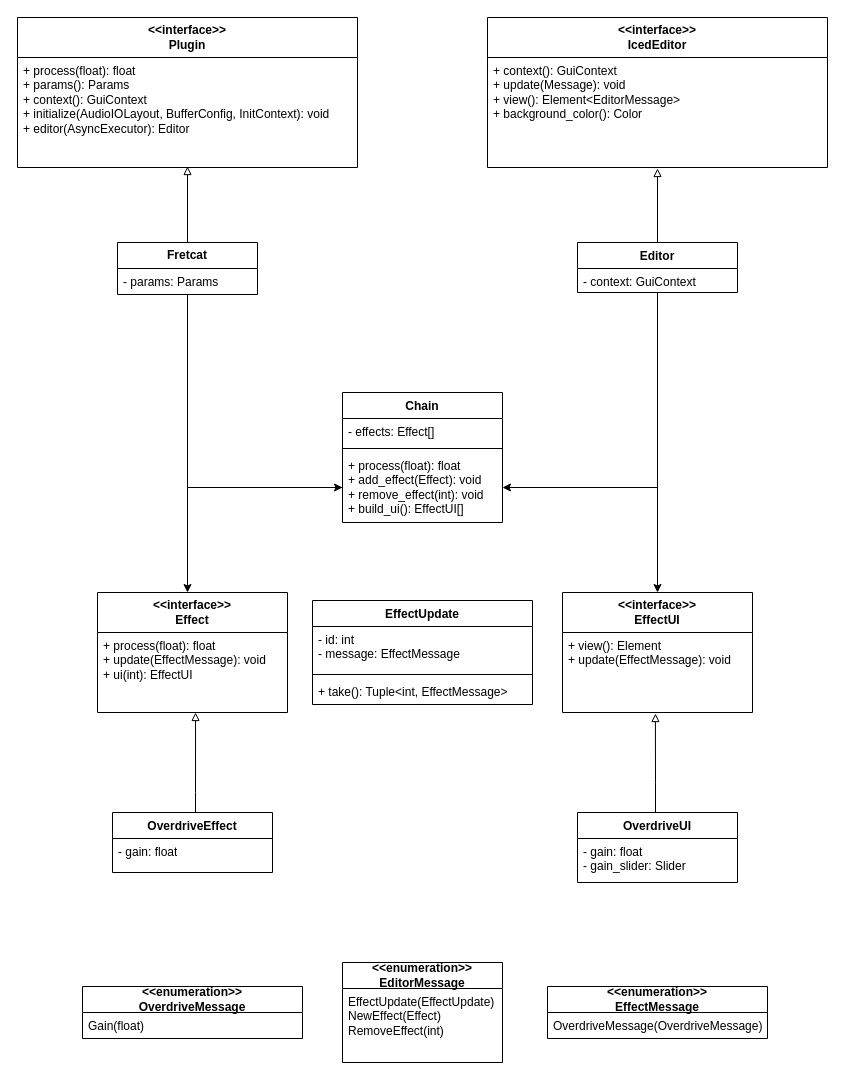
Above: Diagrama de classe.drawio in GatoImorrivel/fretcat (draw.io), before the change. Source tidied: cells renumbered, new cells numbered last; positions are measured from the earlier drawing's top-left corner, leaving out a move shared by most shapes. Both pictures are drawn from the tidied source at 100%, with x=0, y=0 at pixel (17, 17).
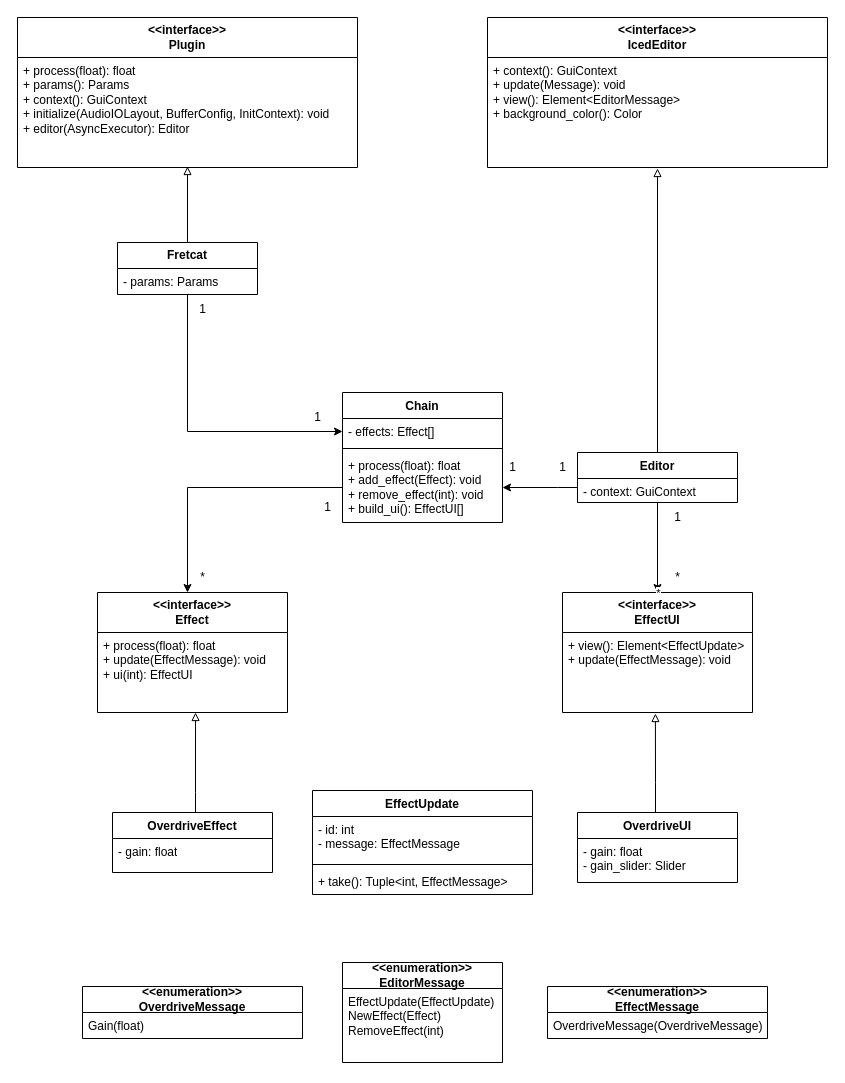
The same page after the edit.

Unchanged cells that the change refers to:
```xml
<mxCell id="8" value="&lt;b&gt;Fretcat&lt;/b&gt;" style="swimlane;fontStyle=0;horizontal=1;startSize=26;fillColor=none;whiteSpace=wrap;html=1;swimlaneLine=1;rounded=0;" parent="1" vertex="1">
  <mxGeometry x="100" y="225" width="140" height="52" as="geometry" />
</mxCell>
<mxCell id="10" value="&lt;div&gt;&lt;b&gt;&amp;lt;&amp;lt;interface&amp;gt;&amp;gt;&lt;/b&gt;&lt;/div&gt;&lt;div&gt;&lt;b&gt;EffectUI&lt;br&gt;&lt;/b&gt;&lt;/div&gt;" style="swimlane;fontStyle=0;horizontal=1;startSize=40;fillColor=none;whiteSpace=wrap;html=1;" parent="1" vertex="1">
  <mxGeometry x="545" y="575" width="190" height="120" as="geometry" />
</mxCell>
<mxCell id="12" style="edgeStyle=orthogonalEdgeStyle;rounded=0;jettySize=auto;html=1;entryX=0.5;entryY=0;entryDx=0;entryDy=0;" parent="1" edge="1" source="15" target="10">
  <mxGeometry relative="1" as="geometry" />
</mxCell>
<mxCell id="16" value="&lt;div&gt;- context: GuiContext&lt;/div&gt;" style="text;strokeColor=none;fillColor=none;align=left;verticalAlign=top;spacingLeft=4;spacingRight=4;overflow=hidden;points=[[0,0.5],[1,0.5]];portConstraint=eastwest;whiteSpace=wrap;html=1;" parent="15" vertex="1">
  <mxGeometry y="26" width="160" height="24" as="geometry" />
</mxCell>
<mxCell id="29" value="- effects: Effect[]" style="text;strokeColor=none;fillColor=none;align=left;verticalAlign=top;spacingLeft=4;spacingRight=4;overflow=hidden;points=[[0,0.5],[1,0.5]];portConstraint=eastwest;whiteSpace=wrap;html=1;" parent="28" vertex="1">
  <mxGeometry y="26" width="160" height="26" as="geometry" />
</mxCell>
<mxCell id="31" value="&lt;div&gt;+ process(float): float&lt;/div&gt;&lt;div&gt;+ add_effect(Effect): void&lt;/div&gt;&lt;div&gt;+ remove_effect(int): void&lt;br&gt;&lt;/div&gt;&lt;div&gt;+ build_ui(): EffectUI[]&lt;br&gt;&lt;/div&gt;" style="text;strokeColor=none;fillColor=none;align=left;verticalAlign=top;spacingLeft=4;spacingRight=4;overflow=hidden;points=[[0,0.5],[1,0.5]];portConstraint=eastwest;whiteSpace=wrap;html=1;" parent="28" vertex="1">
  <mxGeometry y="60" width="160" height="70" as="geometry" />
</mxCell>
```

The edit, as a diff of the source:
```diff
@@
-    <mxCell id="6" style="edgeStyle=orthogonalEdgeStyle;rounded=0;jettySize=auto;html=1;entryX=0;entryY=0.5;entryDx=0;entryDy=0;" parent="1" edge="1" source="8" target="31">
-      <mxGeometry relative="1" as="geometry" />
-    </mxCell>
@@
+    <mxCell id="42" style="edgeStyle=orthogonalEdgeStyle;rounded=0;jettySize=auto;html=1;entryX=0;entryY=0.5;entryDx=0;entryDy=0;" parent="1" edge="1" source="8" target="29">
+      <mxGeometry relative="1" as="geometry" />
+    </mxCell>
@@
-    <mxCell id="11" value="&lt;div&gt;+ view(): Element&lt;/div&gt;&lt;div&gt;+ update(EffectMessage): void&lt;br&gt;&lt;/div&gt;" style="text;strokeColor=none;fillColor=none;align=left;verticalAlign=top;spacingLeft=4;spacingRight=4;overflow=hidden;points=[[0,0.5],[1,0.5]];portConstraint=eastwest;whiteSpace=wrap;html=1;" parent="10" vertex="1">
+    <mxCell id="11" value="&lt;div&gt;+ view(): Element&amp;lt;EffectUpdate&amp;gt;&lt;/div&gt;&lt;div&gt;+ update(EffectMessage): void&lt;br&gt;&lt;/div&gt;" style="text;strokeColor=none;fillColor=none;align=left;verticalAlign=top;spacingLeft=4;spacingRight=4;overflow=hidden;points=[[0,0.5],[1,0.5]];portConstraint=eastwest;whiteSpace=wrap;html=1;" parent="10" vertex="1">
       <mxGeometry y="40" width="190" height="80" as="geometry" />
     </mxCell>
@@
-    <mxCell id="13" style="edgeStyle=orthogonalEdgeStyle;rounded=0;jettySize=auto;html=1;entryX=1;entryY=0.5;entryDx=0;entryDy=0;" parent="1" edge="1" source="15" target="31">
-      <mxGeometry relative="1" as="geometry" />
-    </mxCell>
+    <mxCell id="43" value="*" style="edgeLabel;html=1;align=center;verticalAlign=middle;" parent="12" vertex="1">
+      <mxGeometry x="0.71" y="2" relative="1" as="geometry">
+        <mxPoint x="-2" y="13" as="offset" />
+      </mxGeometry>
+    </mxCell>
@@
     <mxCell id="15" value="Editor" style="swimlane;fontStyle=1;align=center;verticalAlign=top;horizontal=1;startSize=26;whiteSpace=wrap;html=1;" parent="1" vertex="1">
-      <mxGeometry x="560" y="225" width="160" height="50" as="geometry" />
+      <mxGeometry x="560" y="435" width="160" height="50" as="geometry" />
     </mxCell>
@@
     <mxCell id="24" value="EffectUpdate" style="swimlane;fontStyle=1;align=center;verticalAlign=top;horizontal=1;startSize=26;whiteSpace=wrap;html=1;" parent="1" vertex="1">
-      <mxGeometry x="295" y="583" width="220" height="104" as="geometry" />
+      <mxGeometry x="295" y="773" width="220" height="104" as="geometry" />
     </mxCell>
@@
+    <mxCell id="44" value="&lt;div&gt;1&lt;/div&gt;" style="text;html=1;align=center;verticalAlign=middle;strokeColor=none;fillColor=none;" parent="1" vertex="1">
+      <mxGeometry x="645" y="485" width="30" height="30" as="geometry" />
+    </mxCell>
+    <mxCell id="45" value="*" style="text;html=1;align=center;verticalAlign=middle;strokeColor=none;fillColor=none;" parent="1" vertex="1">
+      <mxGeometry x="645" y="545" width="30" height="30" as="geometry" />
+    </mxCell>
+    <mxCell id="46" value="*" style="text;html=1;align=center;verticalAlign=middle;strokeColor=none;fillColor=none;" parent="1" vertex="1">
+      <mxGeometry x="170" y="545" width="30" height="30" as="geometry" />
+    </mxCell>
+    <mxCell id="47" value="&lt;div&gt;1&lt;/div&gt;" style="text;html=1;align=center;verticalAlign=middle;strokeColor=none;fillColor=none;" parent="1" vertex="1">
+      <mxGeometry x="295" y="475" width="30" height="30" as="geometry" />
+    </mxCell>
+    <mxCell id="48" value="&lt;div&gt;1&lt;/div&gt;" style="text;html=1;align=center;verticalAlign=middle;strokeColor=none;fillColor=none;" parent="1" vertex="1">
+      <mxGeometry x="170" y="277" width="30" height="30" as="geometry" />
+    </mxCell>
+    <mxCell id="49" value="1" style="text;html=1;align=center;verticalAlign=middle;strokeColor=none;fillColor=none;" parent="1" vertex="1">
+      <mxGeometry x="285" y="385" width="30" height="30" as="geometry" />
+    </mxCell>
+    <mxCell id="50" style="edgeStyle=orthogonalEdgeStyle;rounded=0;jettySize=auto;html=1;entryX=1;entryY=0.5;entryDx=0;entryDy=0;" parent="1" edge="1" source="16" target="31">
+      <mxGeometry relative="1" as="geometry">
+        <Array as="points">
+          <mxPoint x="540" y="470" />
+          <mxPoint x="540" y="470" />
+        </Array>
+      </mxGeometry>
+    </mxCell>
+    <mxCell id="51" value="&lt;div&gt;1&lt;/div&gt;" style="text;html=1;align=center;verticalAlign=middle;strokeColor=none;fillColor=none;" parent="1" vertex="1">
+      <mxGeometry x="480" y="435" width="30" height="30" as="geometry" />
+    </mxCell>
+    <mxCell id="52" value="&lt;div&gt;1&lt;/div&gt;" style="text;html=1;align=center;verticalAlign=middle;strokeColor=none;fillColor=none;" parent="1" vertex="1">
+      <mxGeometry x="530" y="435" width="30" height="30" as="geometry" />
+    </mxCell>
```
